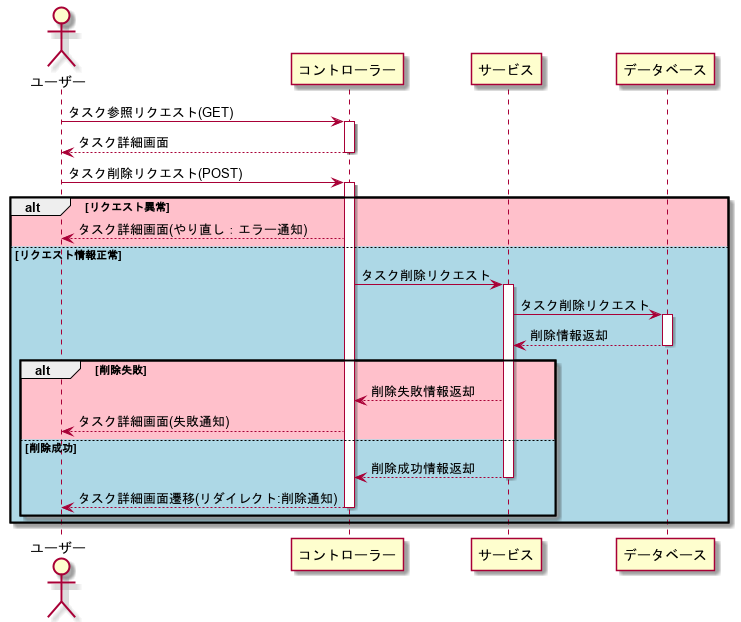
yasusi-1234/my_todo_application keeps this PlantUML diagram as plantuml/task_delete_se.png. Above is the earlier version.
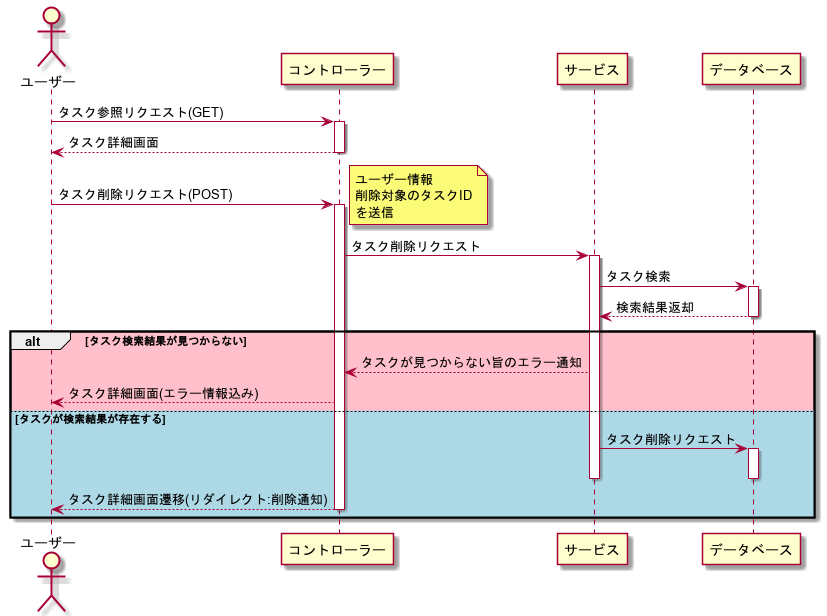
After the change.

Commit message:
taskの削除処理のシーケンス図の処理の内容修正

What changed in the source:
```diff
@@ -10,27 +10,32 @@
 deactivate con
 
 user -> con: タスク削除リクエスト(POST)
+note right
+    ユーザー情報
+    削除対象のタスクID
+    を送信
+end note
 activate con
 
-alt #pink リクエスト異常
-    con --> user: タスク詳細画面(やり直し：エラー通知)
-else #lightblue リクエスト情報正常
-    con -> ser: タスク削除リクエスト
-    activate ser
+con -> ser: タスク削除リクエスト
+activate ser
+ser -> db: タスク検索
+activate db
+db --> ser: 検索結果返却
+deactivate db
+
+alt #pink タスク検索結果が見つからない
+    ser --> con: タスクが見つからない旨のエラー通知
+    con --> user: タスク詳細画面(エラー情報込み)
+else #lightblue タスクが検索結果が存在する
     ser -> db: タスク削除リクエスト
     activate db
-    db --> ser: 削除情報返却
     deactivate db
 
-    alt #pink 削除失敗
-        ser --> con: 削除失敗情報返却
-        con --> user: タスク詳細画面(失敗通知)
-    else #lightblue 削除成功
-        ser --> con: 削除成功情報返却
-        deactivate ser
-        con --> user: タスク詳細画面遷移(リダイレクト:削除通知)
-        deactivate con
-    end
+            deactivate ser
+            con --> user: タスク詳細画面遷移(リダイレクト:削除通知)
+            deactivate con
+
 end
 
 @enduml
```
